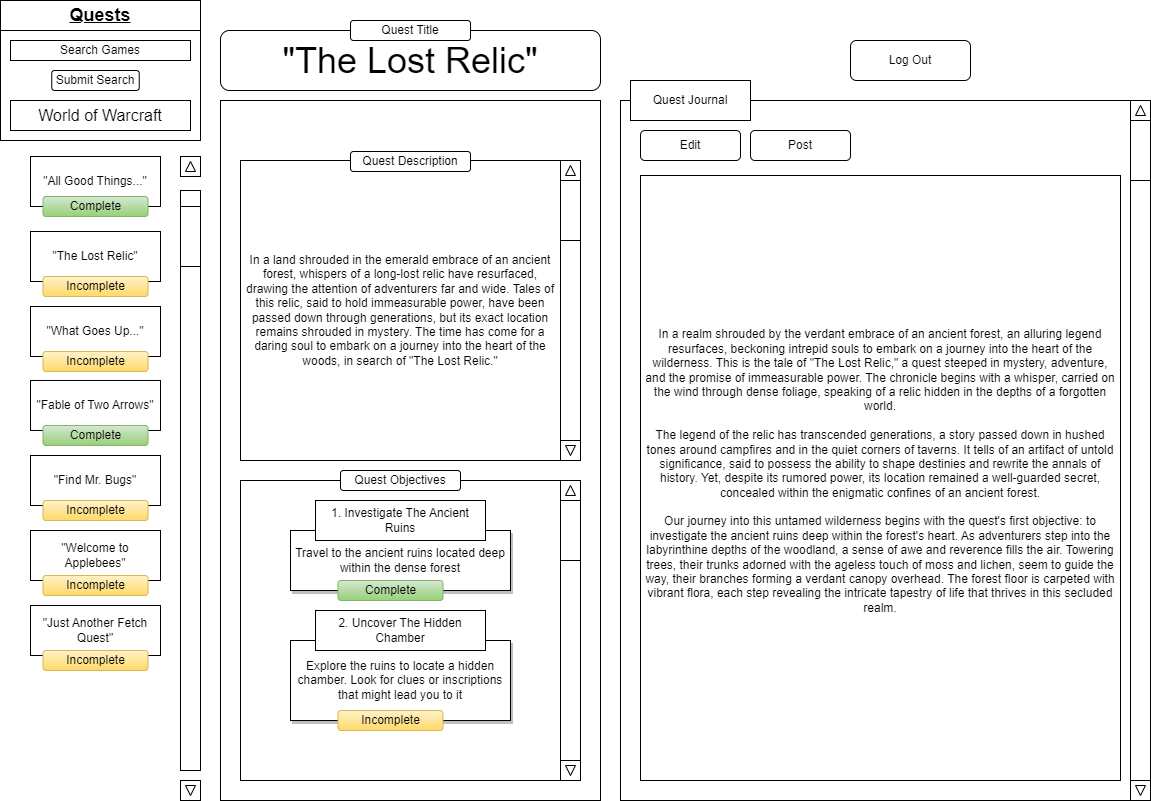
This is bragi.main.png from drewk93/bragi_journal, a draw.io export, as it was before one commit. Source tidied: cells renumbered, new cells last; positions are measured from the earlier drawing's top-left corner, leaving out a move shared by most shapes. The source it was exported from:
```xml
<mxGraphModel>
  <root>
    <mxCell id="0" />
    <mxCell id="1" parent="0" />
    <mxCell id="2" value="Main Screen" parent="0" />
    <mxCell id="3" style="rounded=0;whiteSpace=wrap;html=1;" parent="2" vertex="1">
      <mxGeometry x="180" y="190" width="20" height="580" as="geometry" />
    </mxCell>
    <mxCell id="4" style="whiteSpace=wrap;html=1;" parent="2" vertex="1">
      <mxGeometry x="180" y="156" width="20" height="20" as="geometry" />
    </mxCell>
    <mxCell id="5" style="whiteSpace=wrap;html=1;" parent="2" vertex="1">
      <mxGeometry x="180" y="780" width="20" height="20" as="geometry" />
    </mxCell>
    <mxCell id="6" style="triangle;whiteSpace=wrap;html=1;direction=north;" parent="2" vertex="1">
      <mxGeometry x="185" y="161" width="10" height="10" as="geometry" />
    </mxCell>
    <mxCell id="7" style="triangle;whiteSpace=wrap;html=1;direction=south;" parent="2" vertex="1">
      <mxGeometry x="185" y="785" width="10" height="10" as="geometry" />
    </mxCell>
    <mxCell id="8" style="rounded=0;whiteSpace=wrap;html=1;shadow=0;" parent="2" vertex="1">
      <mxGeometry x="180" y="206" width="20" height="60" as="geometry" />
    </mxCell>
    <mxCell id="9" style="rounded=0;whiteSpace=wrap;html=1;" parent="2" vertex="1">
      <mxGeometry width="200" height="140" as="geometry" />
    </mxCell>
    <mxCell id="10" value="Submit Search" style="rounded=1;whiteSpace=wrap;html=1;" parent="2" vertex="1">
      <mxGeometry x="51.2" y="70" width="87.5" height="20" as="geometry" />
    </mxCell>
    <mxCell id="11" value="&lt;span style=&quot;font-size: 16px;&quot;&gt;World of Warcraft&lt;/span&gt;" style="rounded=0;whiteSpace=wrap;html=1;" parent="2" vertex="1">
      <mxGeometry x="10" y="100" width="180" height="30" as="geometry" />
    </mxCell>
    <mxCell id="12" value="Search Games" style="rounded=0;whiteSpace=wrap;html=1;" parent="2" vertex="1">
      <mxGeometry x="10" y="40" width="180" height="20" as="geometry" />
    </mxCell>
    <mxCell id="13" value="&lt;span style=&quot;font-size: 36px;&quot;&gt;&quot;The Lost Relic&quot;&lt;/span&gt;" style="rounded=1;whiteSpace=wrap;html=1;" parent="2" vertex="1">
      <mxGeometry x="220" y="30" width="380" height="60" as="geometry" />
    </mxCell>
    <mxCell id="14" value="Quest Title" style="rounded=1;whiteSpace=wrap;html=1;" parent="2" vertex="1">
      <mxGeometry x="350" y="20" width="120" height="20" as="geometry" />
    </mxCell>
    <mxCell id="15" style="rounded=0;whiteSpace=wrap;html=1;" parent="2" vertex="1">
      <mxGeometry x="220" y="100" width="380" height="700" as="geometry" />
    </mxCell>
    <mxCell id="16" value="Log Out" style="rounded=1;whiteSpace=wrap;html=1;glass=0;shadow=0;" parent="2" vertex="1">
      <mxGeometry x="850" y="40" width="120" height="40" as="geometry" />
    </mxCell>
    <mxCell id="17" value="In a land shrouded in the emerald embrace of an ancient forest, whispers of a long-lost relic have resurfaced, drawing the attention of adventurers far and wide. Tales of this relic, said to hold immeasurable power, have been passed down through generations, but its exact location remains shrouded in mystery. The time has come for a daring soul to embark on a journey into the heart of the woods, in search of &quot;The Lost Relic.&quot;" style="rounded=0;whiteSpace=wrap;html=1;" parent="2" vertex="1">
      <mxGeometry x="240" y="160" width="320" height="300" as="geometry" />
    </mxCell>
    <mxCell id="18" value="&lt;font style=&quot;font-size: 12px;&quot;&gt;Quest Description&lt;/font&gt;" style="rounded=1;whiteSpace=wrap;html=1;" parent="2" vertex="1">
      <mxGeometry x="350" y="151" width="120" height="20" as="geometry" />
    </mxCell>
    <mxCell id="19" value="&lt;b&gt;&lt;u&gt;&lt;font style=&quot;font-size: 18px;&quot;&gt;Quests&lt;/font&gt;&lt;/u&gt;&lt;/b&gt;" style="rounded=0;whiteSpace=wrap;html=1;" parent="2" vertex="1">
      <mxGeometry width="200" height="30" as="geometry" />
    </mxCell>
    <mxCell id="20" style="rounded=0;whiteSpace=wrap;html=1;" parent="2" vertex="1">
      <mxGeometry x="240" y="480" width="340" height="300" as="geometry" />
    </mxCell>
    <mxCell id="21" value="&lt;font style=&quot;font-size: 12px;&quot;&gt;Quest Objectives&lt;/font&gt;" style="rounded=1;whiteSpace=wrap;html=1;" parent="2" vertex="1">
      <mxGeometry x="340" y="470" width="120" height="20" as="geometry" />
    </mxCell>
    <mxCell id="22" value="Travel to the ancient ruins located deep within the dense forest" style="rounded=0;whiteSpace=wrap;html=1;shadow=1;" parent="2" vertex="1">
      <mxGeometry x="290" y="530" width="220" height="60" as="geometry" />
    </mxCell>
    <mxCell id="23" value="1. Investigate The Ancient Ruins" style="rounded=0;whiteSpace=wrap;html=1;" parent="2" vertex="1">
      <mxGeometry x="315" y="500" width="170" height="40" as="geometry" />
    </mxCell>
    <mxCell id="24" value="Explore the ruins to locate a hidden chamber. Look for clues or inscriptions that might lead you to it" style="rounded=0;whiteSpace=wrap;html=1;shadow=1;" parent="2" vertex="1">
      <mxGeometry x="290" y="640" width="220" height="80" as="geometry" />
    </mxCell>
    <mxCell id="25" value="2. Uncover The Hidden Chamber" style="rounded=0;whiteSpace=wrap;html=1;" parent="2" vertex="1">
      <mxGeometry x="315" y="610" width="170" height="40" as="geometry" />
    </mxCell>
    <mxCell id="26" value="Incomplete" style="rounded=1;whiteSpace=wrap;html=1;fillColor=#fff2cc;gradientColor=#ffd966;strokeColor=#d6b656;" parent="2" vertex="1">
      <mxGeometry x="337.5" y="710" width="105" height="20" as="geometry" />
    </mxCell>
    <mxCell id="27" style="rounded=0;whiteSpace=wrap;html=1;" parent="2" vertex="1">
      <mxGeometry x="560" y="480" width="20" height="300" as="geometry" />
    </mxCell>
    <mxCell id="28" style="whiteSpace=wrap;html=1;" parent="2" vertex="1">
      <mxGeometry x="560" y="760" width="20" height="20" as="geometry" />
    </mxCell>
    <mxCell id="29" style="triangle;whiteSpace=wrap;html=1;direction=south;" parent="2" vertex="1">
      <mxGeometry x="565" y="765" width="10" height="10" as="geometry" />
    </mxCell>
    <mxCell id="30" style="whiteSpace=wrap;html=1;" parent="2" vertex="1">
      <mxGeometry x="560" y="480" width="20" height="20" as="geometry" />
    </mxCell>
    <mxCell id="31" style="triangle;whiteSpace=wrap;html=1;direction=north;" parent="2" vertex="1">
      <mxGeometry x="565" y="485" width="10" height="10" as="geometry" />
    </mxCell>
    <mxCell id="32" style="rounded=0;whiteSpace=wrap;html=1;shadow=0;" parent="2" vertex="1">
      <mxGeometry x="560" y="500" width="20" height="60" as="geometry" />
    </mxCell>
    <mxCell id="33" style="rounded=0;whiteSpace=wrap;html=1;" parent="2" vertex="1">
      <mxGeometry x="560" y="160" width="20" height="300" as="geometry" />
    </mxCell>
    <mxCell id="34" style="whiteSpace=wrap;html=1;" parent="2" vertex="1">
      <mxGeometry x="560" y="160" width="20" height="20" as="geometry" />
    </mxCell>
    <mxCell id="35" style="triangle;whiteSpace=wrap;html=1;direction=north;" parent="2" vertex="1">
      <mxGeometry x="565" y="165" width="10" height="10" as="geometry" />
    </mxCell>
    <mxCell id="36" style="whiteSpace=wrap;html=1;" parent="2" vertex="1">
      <mxGeometry x="560" y="440" width="20" height="20" as="geometry" />
    </mxCell>
    <mxCell id="37" style="triangle;whiteSpace=wrap;html=1;direction=south;" parent="2" vertex="1">
      <mxGeometry x="565" y="445" width="10" height="10" as="geometry" />
    </mxCell>
    <mxCell id="38" style="rounded=0;whiteSpace=wrap;html=1;shadow=0;" parent="2" vertex="1">
      <mxGeometry x="560" y="180" width="20" height="60" as="geometry" />
    </mxCell>
    <mxCell id="39" style="rounded=0;whiteSpace=wrap;html=1;" parent="2" vertex="1">
      <mxGeometry x="620" y="100" width="530" height="700" as="geometry" />
    </mxCell>
    <mxCell id="40" style="rounded=0;whiteSpace=wrap;html=1;" parent="2" vertex="1">
      <mxGeometry x="1130" y="100" width="20" height="700" as="geometry" />
    </mxCell>
    <mxCell id="41" value="Quest Journal" style="rounded=0;whiteSpace=wrap;html=1;" parent="2" vertex="1">
      <mxGeometry x="630" y="80" width="120" height="40" as="geometry" />
    </mxCell>
    <mxCell id="42" value="Edit" style="rounded=1;whiteSpace=wrap;html=1;" parent="2" vertex="1">
      <mxGeometry x="640" y="130" width="100" height="30" as="geometry" />
    </mxCell>
    <mxCell id="43" value="Post" style="rounded=1;whiteSpace=wrap;html=1;" parent="2" vertex="1">
      <mxGeometry x="750" y="130" width="100" height="30" as="geometry" />
    </mxCell>
    <mxCell id="44" style="whiteSpace=wrap;html=1;" parent="2" vertex="1">
      <mxGeometry x="1130" y="780" width="20" height="20" as="geometry" />
    </mxCell>
    <mxCell id="45" style="triangle;whiteSpace=wrap;html=1;direction=south;" parent="2" vertex="1">
      <mxGeometry x="1135" y="785" width="10" height="10" as="geometry" />
    </mxCell>
    <mxCell id="46" style="whiteSpace=wrap;html=1;" parent="2" vertex="1">
      <mxGeometry x="1130" y="100" width="20" height="20" as="geometry" />
    </mxCell>
    <mxCell id="47" style="triangle;whiteSpace=wrap;html=1;direction=north;" parent="2" vertex="1">
      <mxGeometry x="1135" y="105" width="10" height="10" as="geometry" />
    </mxCell>
    <mxCell id="48" style="rounded=0;whiteSpace=wrap;html=1;shadow=0;" parent="2" vertex="1">
      <mxGeometry x="1130" y="120" width="20" height="60" as="geometry" />
    </mxCell>
    <mxCell id="49" value="Complete" style="rounded=1;whiteSpace=wrap;html=1;fillColor=#d5e8d4;gradientColor=#97d077;strokeColor=#82b366;" parent="2" vertex="1">
      <mxGeometry x="337.5" y="580" width="105" height="20" as="geometry" />
    </mxCell>
    <mxCell id="50" value="&quot;All Good Things...&quot;" style="rounded=0;whiteSpace=wrap;html=1;" parent="2" vertex="1">
      <mxGeometry x="30" y="156" width="130" height="50" as="geometry" />
    </mxCell>
    <mxCell id="51" value="Complete" style="rounded=1;whiteSpace=wrap;html=1;fillColor=#d5e8d4;gradientColor=#97d077;strokeColor=#82b366;" parent="2" vertex="1">
      <mxGeometry x="42.5" y="196" width="105" height="20" as="geometry" />
    </mxCell>
    <mxCell id="52" value="&quot;The Lost Relic&quot;" style="rounded=0;whiteSpace=wrap;html=1;" parent="2" vertex="1">
      <mxGeometry x="30" y="231" width="130" height="50" as="geometry" />
    </mxCell>
    <mxCell id="53" value="Incomplete" style="rounded=1;whiteSpace=wrap;html=1;fillColor=#fff2cc;gradientColor=#ffd966;strokeColor=#d6b656;" parent="2" vertex="1">
      <mxGeometry x="42.5" y="276" width="105" height="20" as="geometry" />
    </mxCell>
    <mxCell id="54" value="&quot;What Goes Up...&quot;" style="rounded=0;whiteSpace=wrap;html=1;" parent="2" vertex="1">
      <mxGeometry x="30" y="306" width="130" height="50" as="geometry" />
    </mxCell>
    <mxCell id="55" value="Incomplete" style="rounded=1;whiteSpace=wrap;html=1;fillColor=#fff2cc;gradientColor=#ffd966;strokeColor=#d6b656;" parent="2" vertex="1">
      <mxGeometry x="42.5" y="351" width="105" height="20" as="geometry" />
    </mxCell>
    <mxCell id="56" value="&quot;Fable of Two Arrows&quot;" style="rounded=0;whiteSpace=wrap;html=1;" parent="2" vertex="1">
      <mxGeometry x="30" y="380" width="130" height="50" as="geometry" />
    </mxCell>
    <mxCell id="57" value="Complete" style="rounded=1;whiteSpace=wrap;html=1;fillColor=#d5e8d4;gradientColor=#97d077;strokeColor=#82b366;" parent="2" vertex="1">
      <mxGeometry x="42.5" y="425" width="105" height="20" as="geometry" />
    </mxCell>
    <mxCell id="58" value="&quot;Find Mr. Bugs&quot;" style="rounded=0;whiteSpace=wrap;html=1;" parent="2" vertex="1">
      <mxGeometry x="30" y="455" width="130" height="50" as="geometry" />
    </mxCell>
    <mxCell id="59" value="Incomplete" style="rounded=1;whiteSpace=wrap;html=1;fillColor=#fff2cc;gradientColor=#ffd966;strokeColor=#d6b656;" parent="2" vertex="1">
      <mxGeometry x="42.5" y="500" width="105" height="20" as="geometry" />
    </mxCell>
    <mxCell id="60" value="&quot;Welcome to Applebees&quot;" style="rounded=0;whiteSpace=wrap;html=1;" parent="2" vertex="1">
      <mxGeometry x="30" y="530" width="130" height="50" as="geometry" />
    </mxCell>
    <mxCell id="61" value="Incomplete" style="rounded=1;whiteSpace=wrap;html=1;fillColor=#fff2cc;gradientColor=#ffd966;strokeColor=#d6b656;" parent="2" vertex="1">
      <mxGeometry x="42.5" y="575" width="105" height="20" as="geometry" />
    </mxCell>
    <mxCell id="62" value="&quot;Just Another Fetch Quest&quot;" style="rounded=0;whiteSpace=wrap;html=1;" parent="2" vertex="1">
      <mxGeometry x="30" y="605" width="130" height="50" as="geometry" />
    </mxCell>
    <mxCell id="63" value="Incomplete" style="rounded=1;whiteSpace=wrap;html=1;fillColor=#fff2cc;gradientColor=#ffd966;strokeColor=#d6b656;" parent="2" vertex="1">
      <mxGeometry x="42.5" y="650" width="105" height="20" as="geometry" />
    </mxCell>
    <mxCell id="64" value="In a realm shrouded by the verdant embrace of an ancient forest, an alluring legend resurfaces, beckoning intrepid souls to embark on a journey into the heart of the wilderness. This is the tale of &quot;The Lost Relic,&quot; a quest steeped in mystery, adventure, and the promise of immeasurable power. The chronicle begins with a whisper, carried on the wind through dense foliage, speaking of a relic hidden in the depths of a forgotten world.&lt;br&gt;&lt;br&gt;The legend of the relic has transcended generations, a story passed down in hushed tones around campfires and in the quiet corners of taverns. It tells of an artifact of untold significance, said to possess the ability to shape destinies and rewrite the annals of history. Yet, despite its rumored power, its location remained a well-guarded secret, concealed within the enigmatic confines of an ancient forest.&lt;br&gt;&lt;br&gt;Our journey into this untamed wilderness begins with the quest's first objective: to investigate the ancient ruins deep within the forest's heart. As adventurers step into the labyrinthine depths of the woodland, a sense of awe and reverence fills the air. Towering trees, their trunks adorned with the ageless touch of moss and lichen, seem to guide the way, their branches forming a verdant canopy overhead. The forest floor is carpeted with vibrant flora, each step revealing the intricate tapestry of life that thrives in this secluded realm.&lt;br&gt;&lt;br&gt;" style="rounded=0;whiteSpace=wrap;html=1;" parent="2" vertex="1">
      <mxGeometry x="640" y="175" width="480" height="605" as="geometry" />
    </mxCell>
  </root>
</mxGraphModel>
```
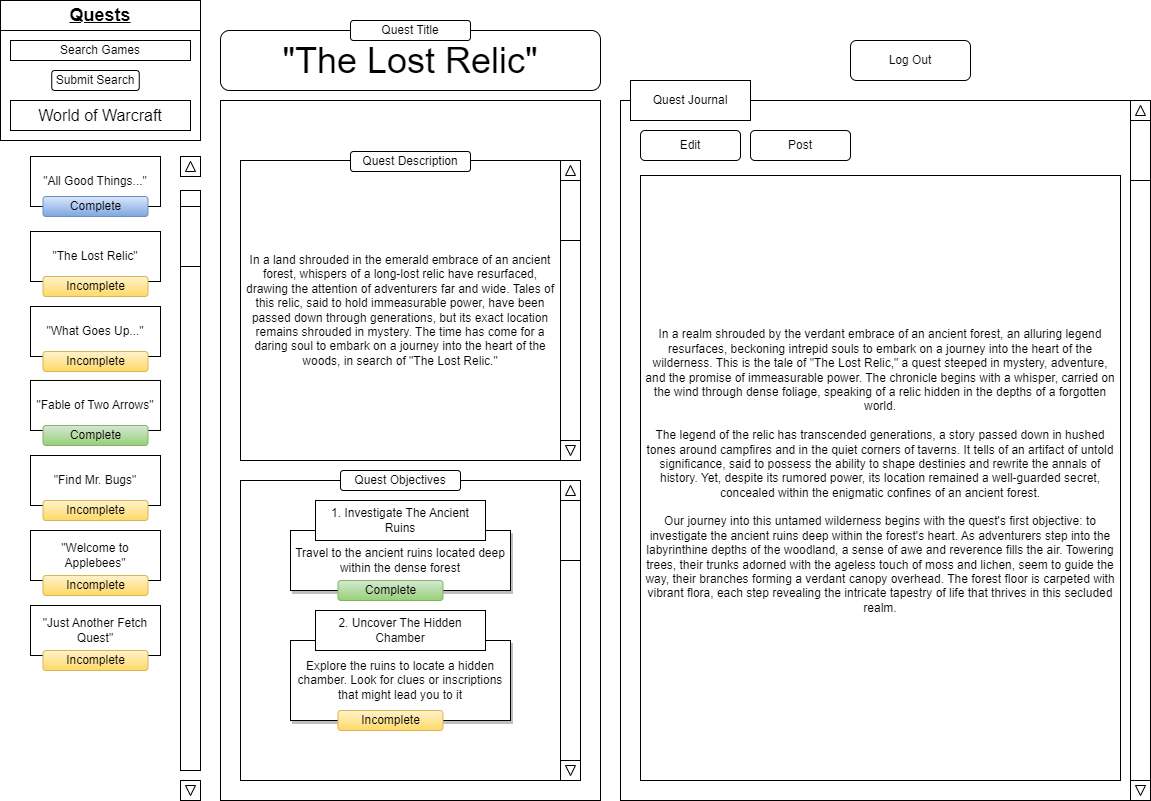
The same file after the commit.

Diff of the diagram source:
```diff
@@ -1,4 +1,4 @@
-<mxGraphModel>
+<mxGraphModel background="#ffffff">
   <root>
     <mxCell id="0" />
     <mxCell id="1" parent="0" />
@@ -147,7 +147,7 @@
     <mxCell id="50" value="&quot;All Good Things...&quot;" style="rounded=0;whiteSpace=wrap;html=1;" parent="2" vertex="1">
       <mxGeometry x="30" y="156" width="130" height="50" as="geometry" />
     </mxCell>
-    <mxCell id="51" value="Complete" style="rounded=1;whiteSpace=wrap;html=1;fillColor=#d5e8d4;gradientColor=#97d077;strokeColor=#82b366;" parent="2" vertex="1">
+    <mxCell id="51" value="Complete" style="rounded=1;whiteSpace=wrap;html=1;fillColor=#dae8fc;gradientColor=#7ea6e0;strokeColor=#6c8ebf;" parent="2" vertex="1">
       <mxGeometry x="42.5" y="196" width="105" height="20" as="geometry" />
     </mxCell>
     <mxCell id="52" value="&quot;The Lost Relic&quot;" style="rounded=0;whiteSpace=wrap;html=1;" parent="2" vertex="1">
```
